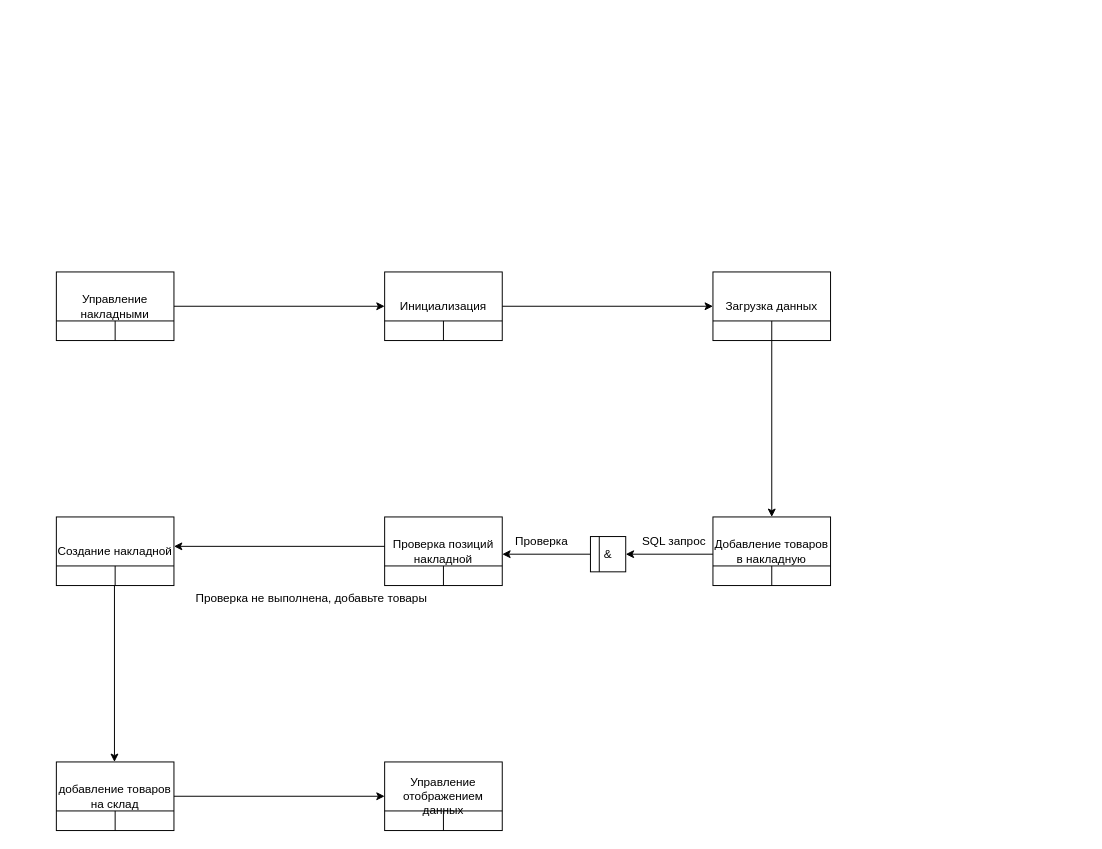
Above: IDEF3.drawio in dallas-ak/MiSPIS (draw.io), before the change. Source tidied: cells renumbered, new cells numbered last; positions are measured from the earlier drawing's top-left corner, leaving out a move shared by most shapes. Both pictures are drawn from the tidied source at 98%, with x=0, y=0 at pixel (56, 271).
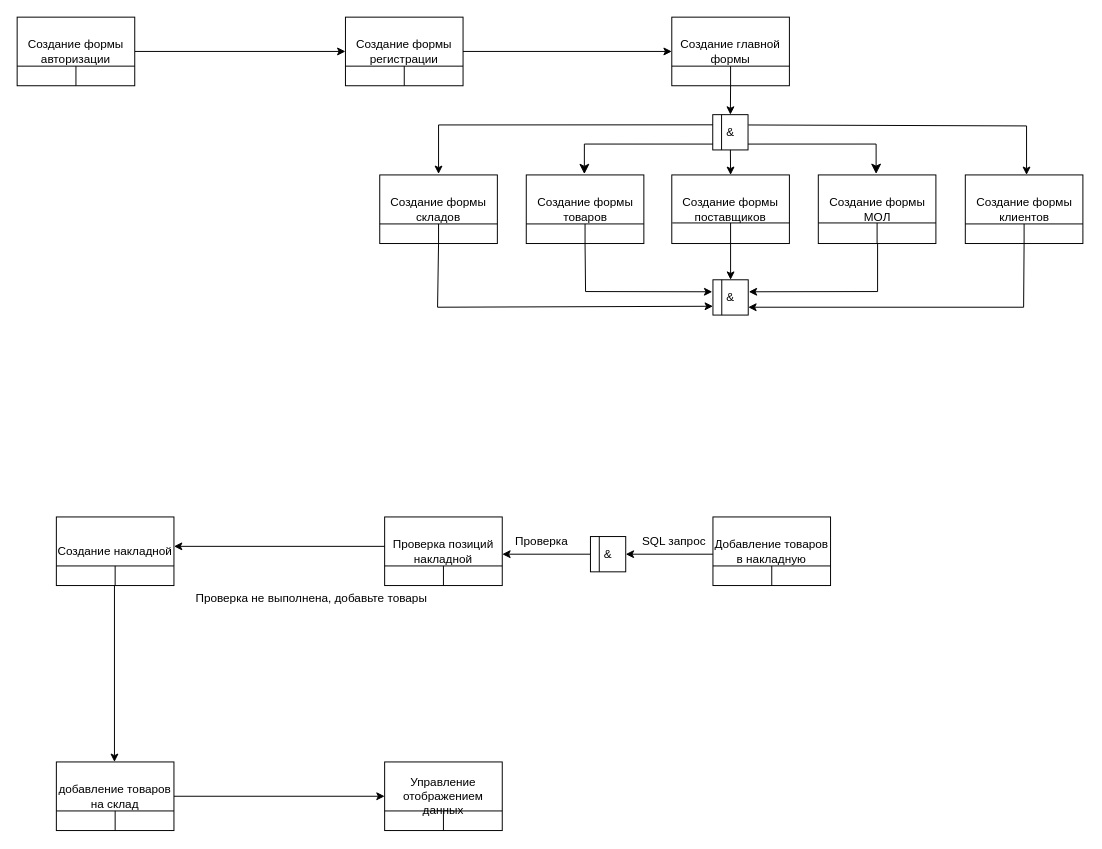
After the change.

Unchanged cells that the change refers to:
```xml
<mxCell id="10" value="Добавление товаров в накладную" style="rounded=0;whiteSpace=wrap;html=1;" parent="1" vertex="1">
  <mxGeometry x="670" y="250" width="120" height="70" as="geometry" />
</mxCell>
```

Change to the diagram source:
```diff
@@
-    <mxCell id="2" value="Инициализация" style="rounded=0;whiteSpace=wrap;html=1;" parent="1" vertex="1">
-      <mxGeometry x="335" width="120" height="70" as="geometry" />
+    <mxCell id="2" value="Создание формы регистрации" style="rounded=0;whiteSpace=wrap;html=1;" parent="1" vertex="1">
+      <mxGeometry x="295" y="-260" width="120" height="70" as="geometry" />
     </mxCell>
     <mxCell id="3" style="endArrow=none;html=1;rounded=0;" parent="1" edge="1" source="2">
       <mxGeometry relative="1" as="geometry">
-        <mxPoint x="455" y="50" as="targetPoint" />
+        <mxPoint x="415" y="-210" as="targetPoint" />
         <Array as="points">
-          <mxPoint x="335" y="50" />
+          <mxPoint x="295" y="-210" />
         </Array>
       </mxGeometry>
     </mxCell>
     <mxCell id="4" style="endArrow=none;html=1;rounded=0;exitX=0.5;exitY=1;exitDx=0;exitDy=0;" parent="1" edge="1" source="2">
       <mxGeometry relative="1" as="geometry">
-        <mxPoint x="395" y="50" as="targetPoint" />
+        <mxPoint x="355" y="-210" as="targetPoint" />
       </mxGeometry>
     </mxCell>
-    <mxCell id="5" value="Загрузка данных" style="rounded=0;whiteSpace=wrap;html=1;" parent="1" vertex="1">
-      <mxGeometry x="670" width="120" height="70" as="geometry" />
+    <mxCell id="5" value="Создание главной формы" style="rounded=0;whiteSpace=wrap;html=1;" parent="1" vertex="1">
+      <mxGeometry x="628" y="-260" width="120" height="70" as="geometry" />
     </mxCell>
     <mxCell id="6" style="endArrow=none;html=1;rounded=0;" parent="1" edge="1" source="5">
       <mxGeometry relative="1" as="geometry">
-        <mxPoint x="790" y="50" as="targetPoint" />
+        <mxPoint x="748" y="-210" as="targetPoint" />
         <Array as="points">
-          <mxPoint x="670" y="50" />
+          <mxPoint x="628" y="-210" />
         </Array>
       </mxGeometry>
     </mxCell>
     <mxCell id="7" style="endArrow=none;html=1;rounded=0;exitX=0.5;exitY=1;exitDx=0;exitDy=0;" parent="1" edge="1" source="5">
       <mxGeometry relative="1" as="geometry">
-        <mxPoint x="730" y="50" as="targetPoint" />
+        <mxPoint x="688" y="-210" as="targetPoint" />
       </mxGeometry>
     </mxCell>
     <mxCell id="8" style="endArrow=classic;html=1;rounded=0;exitX=1;exitY=0.5;exitDx=0;exitDy=0;" parent="1" edge="1" source="23">
       <mxGeometry relative="1" as="geometry">
-        <mxPoint x="335" y="35" as="targetPoint" />
+        <mxPoint x="295" y="-225" as="targetPoint" />
       </mxGeometry>
     </mxCell>
@@
-    <mxCell id="22" style="endArrow=classic;html=1;rounded=0;entryX=0.5;entryY=0;entryDx=0;entryDy=0;exitX=0.5;exitY=1;exitDx=0;exitDy=0;" parent="1" edge="1" source="5" target="10">
-      <mxGeometry relative="1" as="geometry" />
-    </mxCell>
-    <mxCell id="23" value="Управление накладными" style="rounded=0;whiteSpace=wrap;html=1;" parent="1" vertex="1">
-      <mxGeometry width="120" height="70" as="geometry" />
+    <mxCell id="23" value="Создание формы авторизации" style="rounded=0;whiteSpace=wrap;html=1;" parent="1" vertex="1">
+      <mxGeometry x="-40" y="-260" width="120" height="70" as="geometry" />
     </mxCell>
     <mxCell id="24" style="endArrow=none;html=1;rounded=0;" parent="1" edge="1" source="23">
       <mxGeometry relative="1" as="geometry">
-        <mxPoint x="120" y="50" as="targetPoint" />
+        <mxPoint x="80" y="-210" as="targetPoint" />
         <Array as="points">
-          <mxPoint y="50" />
+          <mxPoint x="-40" y="-210" />
         </Array>
       </mxGeometry>
     </mxCell>
     <mxCell id="25" style="endArrow=none;html=1;rounded=0;exitX=0.5;exitY=1;exitDx=0;exitDy=0;" parent="1" edge="1" source="23">
       <mxGeometry relative="1" as="geometry">
-        <mxPoint x="60" y="50" as="targetPoint" />
+        <mxPoint x="20" y="-210" as="targetPoint" />
       </mxGeometry>
     </mxCell>
@@
+    <mxCell id="40" value="Создание формы складов" style="rounded=0;whiteSpace=wrap;html=1;" parent="1" vertex="1">
+      <mxGeometry x="330" y="-99" width="120" height="70" as="geometry" />
+    </mxCell>
+    <mxCell id="41" style="endArrow=none;html=1;rounded=0;" parent="1" edge="1" source="40">
+      <mxGeometry relative="1" as="geometry">
+        <mxPoint x="450" y="-49" as="targetPoint" />
+        <Array as="points">
+          <mxPoint x="330" y="-49" />
+        </Array>
+      </mxGeometry>
+    </mxCell>
+    <mxCell id="42" style="endArrow=none;html=1;rounded=0;exitX=0.5;exitY=1;exitDx=0;exitDy=0;" parent="1" edge="1" source="40">
+      <mxGeometry relative="1" as="geometry">
+        <mxPoint x="390" y="-49" as="targetPoint" />
+      </mxGeometry>
+    </mxCell>
+    <mxCell id="43" value="Создание формы товаров" style="rounded=0;whiteSpace=wrap;html=1;" parent="1" vertex="1">
+      <mxGeometry x="479.5" y="-99" width="120" height="70" as="geometry" />
+    </mxCell>
+    <mxCell id="44" style="endArrow=none;html=1;rounded=0;" parent="1" edge="1" source="43">
+      <mxGeometry relative="1" as="geometry">
+        <mxPoint x="599.5" y="-49" as="targetPoint" />
+        <Array as="points">
+          <mxPoint x="479.5" y="-49" />
+        </Array>
+      </mxGeometry>
+    </mxCell>
+    <mxCell id="45" style="endArrow=none;html=1;rounded=0;exitX=0.5;exitY=1;exitDx=0;exitDy=0;" parent="1" edge="1" source="43">
+      <mxGeometry relative="1" as="geometry">
+        <mxPoint x="539.5" y="-49" as="targetPoint" />
+      </mxGeometry>
+    </mxCell>
+    <mxCell id="46" value="Создание формы МОЛ" style="rounded=0;whiteSpace=wrap;html=1;" parent="1" vertex="1">
+      <mxGeometry x="777.5" y="-99" width="120" height="70" as="geometry" />
+    </mxCell>
+    <mxCell id="47" style="endArrow=none;html=1;rounded=0;" parent="1" edge="1" source="46">
+      <mxGeometry relative="1" as="geometry">
+        <mxPoint x="897.5" y="-50" as="targetPoint" />
+        <Array as="points">
+          <mxPoint x="777.5" y="-50" />
+        </Array>
+      </mxGeometry>
+    </mxCell>
+    <mxCell id="48" style="endArrow=none;html=1;rounded=0;exitX=0.5;exitY=1;exitDx=0;exitDy=0;" parent="1" edge="1" source="46">
+      <mxGeometry relative="1" as="geometry">
+        <mxPoint x="837.5" y="-50" as="targetPoint" />
+      </mxGeometry>
+    </mxCell>
+    <mxCell id="49" value="Создание формы клиентов" style="rounded=0;whiteSpace=wrap;html=1;" parent="1" vertex="1">
+      <mxGeometry x="927.5" y="-99" width="120" height="70" as="geometry" />
+    </mxCell>
+    <mxCell id="50" style="endArrow=none;html=1;rounded=0;" parent="1" edge="1" source="49">
+      <mxGeometry relative="1" as="geometry">
+        <mxPoint x="1047.5" y="-49" as="targetPoint" />
+        <Array as="points">
+          <mxPoint x="927.5" y="-49" />
+        </Array>
+      </mxGeometry>
+    </mxCell>
+    <mxCell id="51" style="endArrow=none;html=1;rounded=0;exitX=0.5;exitY=1;exitDx=0;exitDy=0;" parent="1" edge="1" source="49">
+      <mxGeometry relative="1" as="geometry">
+        <mxPoint x="987.5" y="-49" as="targetPoint" />
+      </mxGeometry>
+    </mxCell>
+    <mxCell id="52" style="group;" parent="1" vertex="1">
+      <mxGeometry x="669.8" y="-160.5" width="36" height="36" as="geometry" />
+    </mxCell>
+    <mxCell id="53" value="&amp;amp;" style="whiteSpace=wrap;html=1;" parent="52" vertex="1">
+      <mxGeometry width="36" height="36" as="geometry" />
+    </mxCell>
+    <mxCell id="54" style="endArrow=none;html=1;rounded=0;entryX=0.25;entryY=0;entryDx=0;entryDy=0;exitX=0.25;exitY=1;exitDx=0;exitDy=0;" parent="52" edge="1" source="53" target="53">
+      <mxGeometry relative="1" as="geometry" />
+    </mxCell>
+    <mxCell id="55" style="edgeStyle=segmentEdgeStyle;endArrow=classic;html=1;curved=0;rounded=0;endSize=8;startSize=8;sourcePerimeterSpacing=0;targetPerimeterSpacing=0;exitX=0.004;exitY=0.834;exitDx=0;exitDy=0;exitPerimeter=0;entryX=0.494;entryY=-0.012;entryDx=0;entryDy=0;entryPerimeter=0;" parent="1" edge="1" source="53" target="43">
+      <mxGeometry relative="1" as="geometry">
+        <Array as="points">
+          <mxPoint x="539" y="-130" />
+        </Array>
+      </mxGeometry>
+    </mxCell>
+    <mxCell id="56" style="edgeStyle=segmentEdgeStyle;endArrow=classic;html=1;curved=0;rounded=0;endSize=8;startSize=8;sourcePerimeterSpacing=0;targetPerimeterSpacing=0;entryX=0.502;entryY=0.007;entryDx=0;entryDy=0;entryPerimeter=0;exitX=1.001;exitY=0.834;exitDx=0;exitDy=0;exitPerimeter=0;" parent="1" edge="1" source="53">
+      <mxGeometry relative="1" as="geometry">
+        <mxPoint x="836.5" y="-100" as="targetPoint" />
+        <Array as="points">
+          <mxPoint x="836" y="-130" />
+        </Array>
+      </mxGeometry>
+    </mxCell>
+    <mxCell id="57" value="Создание формы поставщиков" style="rounded=0;whiteSpace=wrap;html=1;" parent="1" vertex="1">
+      <mxGeometry x="628" y="-99" width="120" height="70" as="geometry" />
+    </mxCell>
+    <mxCell id="58" style="endArrow=none;html=1;rounded=0;exitX=0.5;exitY=1;exitDx=0;exitDy=0;" parent="1" edge="1" source="57">
+      <mxGeometry relative="1" as="geometry">
+        <mxPoint x="688" y="-50" as="targetPoint" />
+      </mxGeometry>
+    </mxCell>
+    <mxCell id="59" style="endArrow=classic;html=1;rounded=0;exitX=0.5;exitY=1;exitDx=0;exitDy=0;entryX=0.5;entryY=0;entryDx=0;entryDy=0;" parent="1" edge="1" source="53" target="57">
+      <mxGeometry relative="1" as="geometry" />
+    </mxCell>
+    <mxCell id="60" style="endArrow=classic;html=1;rounded=0;entryX=0.5;entryY=0;entryDx=0;entryDy=0;exitX=0.5;exitY=1;exitDx=0;exitDy=0;" parent="1" edge="1" source="5" target="53">
+      <mxGeometry relative="1" as="geometry" />
+    </mxCell>
+    <mxCell id="61" style="group;" parent="1" vertex="1">
+      <mxGeometry x="670" y="8" width="36" height="36" as="geometry" />
+    </mxCell>
+    <mxCell id="62" value="&amp;amp;" style="whiteSpace=wrap;html=1;" parent="61" vertex="1">
+      <mxGeometry width="36" height="36" as="geometry" />
+    </mxCell>
+    <mxCell id="63" style="endArrow=none;html=1;rounded=0;entryX=0.25;entryY=0;entryDx=0;entryDy=0;exitX=0.25;exitY=1;exitDx=0;exitDy=0;" parent="61" edge="1" source="62" target="62">
+      <mxGeometry relative="1" as="geometry" />
+    </mxCell>
+    <mxCell id="64" style="endArrow=classic;html=1;rounded=0;exitX=0.5;exitY=1;exitDx=0;exitDy=0;entryX=0.5;entryY=0;entryDx=0;entryDy=0;" parent="1" edge="1" source="57" target="62">
+      <mxGeometry relative="1" as="geometry" />
+    </mxCell>
+    <mxCell id="65" style="endArrow=none;html=1;rounded=0;" parent="1" edge="1">
+      <mxGeometry relative="1" as="geometry">
+        <mxPoint x="628.5" y="-50" as="sourcePoint" />
+        <mxPoint x="748" y="-50" as="targetPoint" />
+        <Array as="points">
+          <mxPoint x="628" y="-50" />
+        </Array>
+      </mxGeometry>
+    </mxCell>
+    <mxCell id="66" style="endArrow=classic;html=1;rounded=0;exitX=0.5;exitY=1;exitDx=0;exitDy=0;entryX=1;entryY=0.5;entryDx=0;entryDy=0;" parent="1" edge="1" source="49">
+      <mxGeometry relative="1" as="geometry">
+        <mxPoint x="706" y="36" as="targetPoint" />
+        <Array as="points">
+          <mxPoint x="987" y="36" />
+        </Array>
+      </mxGeometry>
+    </mxCell>
+    <mxCell id="67" style="endArrow=classic;html=1;rounded=0;exitX=0.5;exitY=1;exitDx=0;exitDy=0;entryX=-0.018;entryY=0.34;entryDx=0;entryDy=0;entryPerimeter=0;" parent="1" edge="1" source="43" target="62">
+      <mxGeometry relative="1" as="geometry">
+        <Array as="points">
+          <mxPoint x="540" y="20" />
+        </Array>
+      </mxGeometry>
+    </mxCell>
+    <mxCell id="68" style="endArrow=classic;html=1;rounded=0;exitX=0.5;exitY=1;exitDx=0;exitDy=0;entryX=1.015;entryY=0.34;entryDx=0;entryDy=0;entryPerimeter=0;" parent="1" edge="1" target="62">
+      <mxGeometry relative="1" as="geometry">
+        <mxPoint x="838" y="-29" as="sourcePoint" />
+        <Array as="points">
+          <mxPoint x="838" y="20" />
+        </Array>
+      </mxGeometry>
+    </mxCell>
+    <mxCell id="69" style="endArrow=classic;html=1;rounded=0;exitX=0.5;exitY=1;exitDx=0;exitDy=0;entryX=0;entryY=0.75;entryDx=0;entryDy=0;" parent="1" edge="1" target="62">
+      <mxGeometry relative="1" as="geometry">
+        <mxPoint x="390" y="-29" as="sourcePoint" />
+        <Array as="points">
+          <mxPoint x="389" y="36" />
+        </Array>
+      </mxGeometry>
+    </mxCell>
+    <mxCell id="70" style="endArrow=classic;html=1;rounded=0;exitX=0.005;exitY=0.288;exitDx=0;exitDy=0;exitPerimeter=0;" parent="1" edge="1" source="53">
+      <mxGeometry relative="1" as="geometry">
+        <mxPoint x="390" y="-100" as="targetPoint" />
+        <Array as="points">
+          <mxPoint x="390" y="-150" />
+        </Array>
+      </mxGeometry>
+    </mxCell>
+    <mxCell id="71" style="endArrow=classic;html=1;rounded=0;exitX=1.008;exitY=0.292;exitDx=0;exitDy=0;exitPerimeter=0;" parent="1" edge="1" source="53">
+      <mxGeometry relative="1" as="geometry">
+        <mxPoint x="990" y="-99" as="targetPoint" />
+        <Array as="points">
+          <mxPoint x="990" y="-149" />
+        </Array>
+      </mxGeometry>
+    </mxCell>
```
